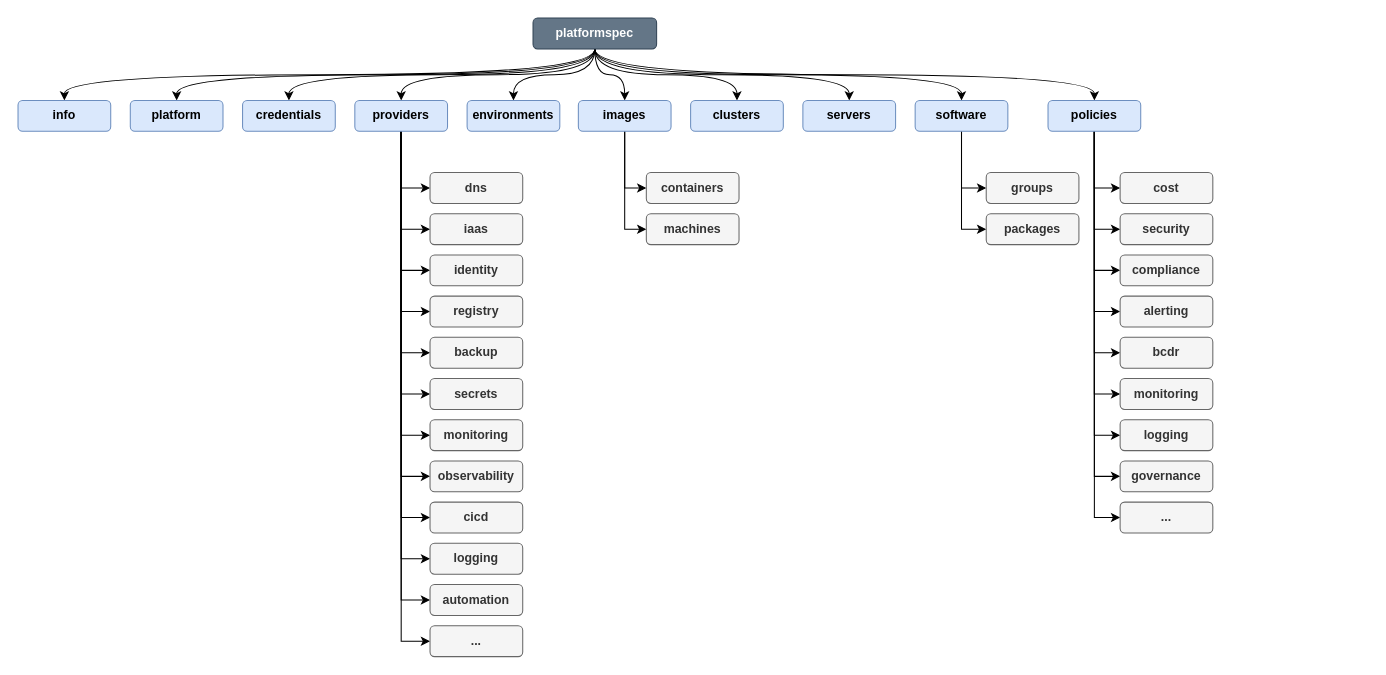
The draw.io diagram docs/spec/PlatformSpecStructure.drawio in platformspec/site, before the edit. Source tidied: cells renumbered, new cells numbered last; positions are measured from the earlier drawing's top-left corner, leaving out a move shared by most shapes. Both pictures are drawn from the tidied source at 103%, with x=0, y=0 at pixel (18, 18).
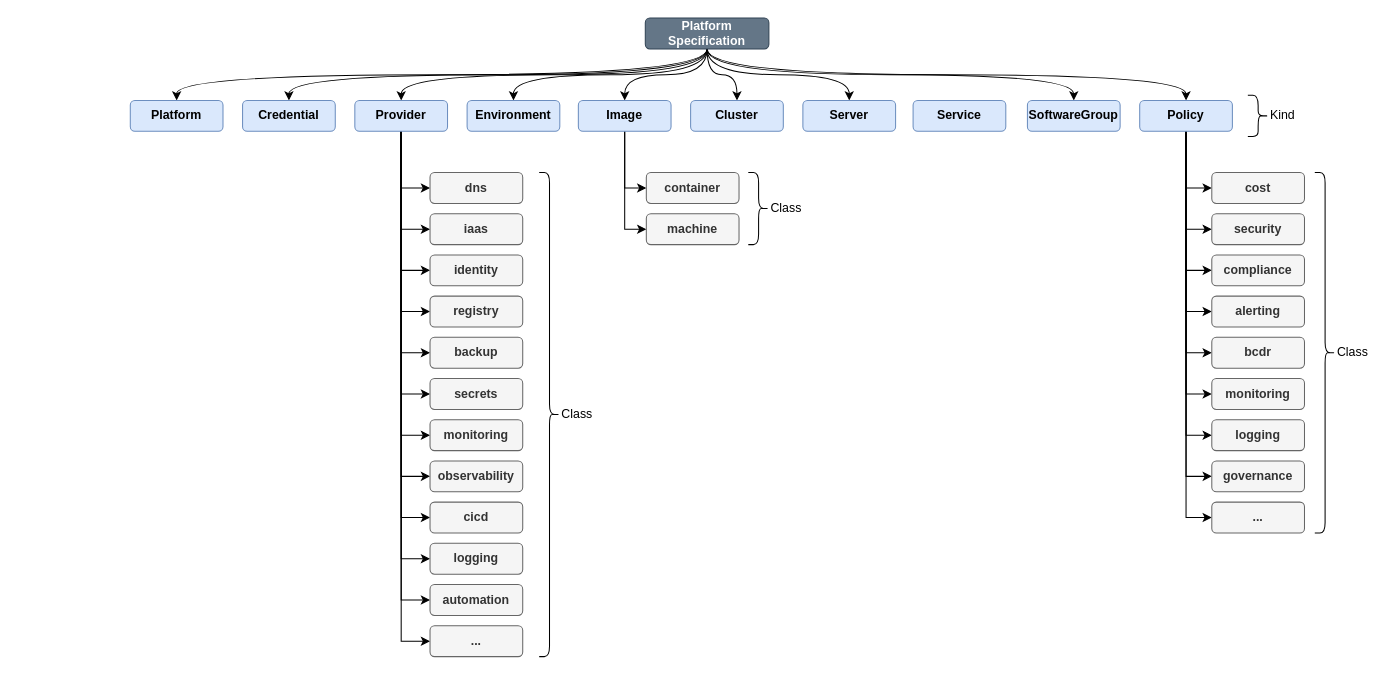
After the change.

What changed in the source:
```diff
@@
-    <mxCell id="2" style="edgeStyle=orthogonalEdgeStyle;rounded=0;jettySize=auto;html=1;exitX=0.5;exitY=1;exitDx=0;exitDy=0;entryX=0.5;entryY=0;entryDx=0;entryDy=0;curved=1;" parent="1" edge="1" source="12" target="13">
-      <mxGeometry relative="1" as="geometry" />
-    </mxCell>
@@
-    <mxCell id="12" value="platformspec" style="rounded=1;whiteSpace=wrap;html=1;fontStyle=1;fillColor=#647687;strokeColor=#314354;fontColor=#ffffff;" parent="1" vertex="1">
-      <mxGeometry x="500" width="120" height="30" as="geometry" />
+    <mxCell id="12" value="Platform Specification" style="rounded=1;whiteSpace=wrap;html=1;fontStyle=1;fillColor=#647687;strokeColor=#314354;fontColor=#ffffff;" parent="1" vertex="1">
+      <mxGeometry x="609" width="120" height="30" as="geometry" />
     </mxCell>
-    <mxCell id="13" value="info" style="rounded=1;whiteSpace=wrap;html=1;fontStyle=1;fillColor=#dae8fc;strokeColor=#6c8ebf;" parent="1" vertex="1">
-      <mxGeometry y="80" width="90" height="30" as="geometry" />
-    </mxCell>
-    <mxCell id="14" value="platform" style="rounded=1;whiteSpace=wrap;html=1;fontStyle=1;fillColor=#dae8fc;strokeColor=#6c8ebf;" parent="1" vertex="1">
+    <mxCell id="14" value="Platform" style="rounded=1;whiteSpace=wrap;html=1;fontStyle=1;fillColor=#dae8fc;strokeColor=#6c8ebf;" parent="1" vertex="1">
       <mxGeometry x="109" y="80" width="90" height="30" as="geometry" />
     </mxCell>
-    <mxCell id="15" value="credentials" style="rounded=1;whiteSpace=wrap;html=1;fontStyle=1;fillColor=#dae8fc;strokeColor=#6c8ebf;" parent="1" vertex="1">
+    <mxCell id="15" value="Credential" style="rounded=1;whiteSpace=wrap;html=1;fontStyle=1;fillColor=#dae8fc;strokeColor=#6c8ebf;" parent="1" vertex="1">
       <mxGeometry x="218" y="80" width="90" height="30" as="geometry" />
     </mxCell>
@@
-    <mxCell id="28" value="providers" style="rounded=1;whiteSpace=wrap;html=1;fontStyle=1;fillColor=#dae8fc;strokeColor=#6c8ebf;" parent="1" vertex="1">
+    <mxCell id="28" value="Provider" style="rounded=1;whiteSpace=wrap;html=1;fontStyle=1;fillColor=#dae8fc;strokeColor=#6c8ebf;" parent="1" vertex="1">
       <mxGeometry x="327" y="80" width="90" height="30" as="geometry" />
     </mxCell>
-    <mxCell id="29" value="environments" style="rounded=1;whiteSpace=wrap;html=1;fontStyle=1;fillColor=#dae8fc;strokeColor=#6c8ebf;" parent="1" vertex="1">
+    <mxCell id="29" value="Environment" style="rounded=1;whiteSpace=wrap;html=1;fontStyle=1;fillColor=#dae8fc;strokeColor=#6c8ebf;" parent="1" vertex="1">
       <mxGeometry x="436" y="80" width="90" height="30" as="geometry" />
     </mxCell>
@@
-    <mxCell id="32" value="images" style="rounded=1;whiteSpace=wrap;html=1;fontStyle=1;fillColor=#dae8fc;strokeColor=#6c8ebf;" parent="1" vertex="1">
+    <mxCell id="32" value="Image" style="rounded=1;whiteSpace=wrap;html=1;fontStyle=1;fillColor=#dae8fc;strokeColor=#6c8ebf;" parent="1" vertex="1">
       <mxGeometry x="544" y="80" width="90" height="30" as="geometry" />
     </mxCell>
-    <mxCell id="33" value="clusters" style="rounded=1;whiteSpace=wrap;html=1;fontStyle=1;fillColor=#dae8fc;strokeColor=#6c8ebf;" parent="1" vertex="1">
+    <mxCell id="33" value="Cluster" style="rounded=1;whiteSpace=wrap;html=1;fontStyle=1;fillColor=#dae8fc;strokeColor=#6c8ebf;" parent="1" vertex="1">
       <mxGeometry x="653" y="80" width="90" height="30" as="geometry" />
     </mxCell>
-    <mxCell id="34" value="servers" style="rounded=1;whiteSpace=wrap;html=1;fontStyle=1;fillColor=#dae8fc;strokeColor=#6c8ebf;" parent="1" vertex="1">
+    <mxCell id="34" value="Server" style="rounded=1;whiteSpace=wrap;html=1;fontStyle=1;fillColor=#dae8fc;strokeColor=#6c8ebf;" parent="1" vertex="1">
       <mxGeometry x="762" y="80" width="90" height="30" as="geometry" />
     </mxCell>
-    <mxCell id="35" style="edgeStyle=orthogonalEdgeStyle;rounded=0;jettySize=auto;html=1;exitX=0.5;exitY=1;exitDx=0;exitDy=0;entryX=0;entryY=0.5;entryDx=0;entryDy=0;" parent="1" edge="1" source="37" target="71">
-      <mxGeometry relative="1" as="geometry" />
-    </mxCell>
-    <mxCell id="36" style="edgeStyle=orthogonalEdgeStyle;rounded=0;jettySize=auto;html=1;exitX=0.5;exitY=1;exitDx=0;exitDy=0;entryX=0;entryY=0.5;entryDx=0;entryDy=0;" parent="1" edge="1" source="37" target="72">
-      <mxGeometry relative="1" as="geometry" />
-    </mxCell>
-    <mxCell id="37" value="software" style="rounded=1;whiteSpace=wrap;html=1;fontStyle=1;fillColor=#dae8fc;strokeColor=#6c8ebf;" parent="1" vertex="1">
-      <mxGeometry x="871" y="80" width="90" height="30" as="geometry" />
+    <mxCell id="37" value="SoftwareGroup" style="rounded=1;whiteSpace=wrap;html=1;fontStyle=1;fillColor=#dae8fc;strokeColor=#6c8ebf;" parent="1" vertex="1">
+      <mxGeometry x="980" y="80" width="90" height="30" as="geometry" />
     </mxCell>
@@
-    <mxCell id="47" value="policies" style="rounded=1;whiteSpace=wrap;html=1;fontStyle=1;fillColor=#dae8fc;strokeColor=#6c8ebf;" parent="1" vertex="1">
-      <mxGeometry x="1000" y="80" width="90" height="30" as="geometry" />
+    <mxCell id="47" value="Policy" style="rounded=1;whiteSpace=wrap;html=1;fontStyle=1;fillColor=#dae8fc;strokeColor=#6c8ebf;" parent="1" vertex="1">
+      <mxGeometry x="1089" y="80" width="90" height="30" as="geometry" />
     </mxCell>
@@
-    <mxCell id="60" value="containers" style="rounded=1;whiteSpace=wrap;html=1;fontStyle=1;fillColor=#f5f5f5;fontColor=#333333;strokeColor=#666666;" parent="1" vertex="1">
+    <mxCell id="60" value="container" style="rounded=1;whiteSpace=wrap;html=1;fontStyle=1;fillColor=#f5f5f5;fontColor=#333333;strokeColor=#666666;" parent="1" vertex="1">
       <mxGeometry x="610" y="150" width="90" height="30" as="geometry" />
     </mxCell>
-    <mxCell id="61" value="machines" style="rounded=1;whiteSpace=wrap;html=1;fontStyle=1;fillColor=#f5f5f5;fontColor=#333333;strokeColor=#666666;" parent="1" vertex="1">
+    <mxCell id="61" value="machine" style="rounded=1;whiteSpace=wrap;html=1;fontStyle=1;fillColor=#f5f5f5;fontColor=#333333;strokeColor=#666666;" parent="1" vertex="1">
       <mxGeometry x="610" y="190" width="90" height="30" as="geometry" />
     </mxCell>
     <mxCell id="62" value="cost" style="rounded=1;whiteSpace=wrap;html=1;fontStyle=1;fillColor=#f5f5f5;fontColor=#333333;strokeColor=#666666;" parent="1" vertex="1">
-      <mxGeometry x="1070" y="150" width="90" height="30" as="geometry" />
+      <mxGeometry x="1159" y="150" width="90" height="30" as="geometry" />
     </mxCell>
     <mxCell id="63" value="security" style="rounded=1;whiteSpace=wrap;html=1;fontStyle=1;fillColor=#f5f5f5;fontColor=#333333;strokeColor=#666666;" parent="1" vertex="1">
-      <mxGeometry x="1070" y="190" width="90" height="30" as="geometry" />
+      <mxGeometry x="1159" y="190" width="90" height="30" as="geometry" />
     </mxCell>
     <mxCell id="64" value="compliance" style="rounded=1;whiteSpace=wrap;html=1;fontStyle=1;fillColor=#f5f5f5;fontColor=#333333;strokeColor=#666666;" parent="1" vertex="1">
-      <mxGeometry x="1070" y="230" width="90" height="30" as="geometry" />
+      <mxGeometry x="1159" y="230" width="90" height="30" as="geometry" />
     </mxCell>
     <mxCell id="65" value="alerting" style="rounded=1;whiteSpace=wrap;html=1;fontStyle=1;fillColor=#f5f5f5;fontColor=#333333;strokeColor=#666666;" parent="1" vertex="1">
-      <mxGeometry x="1070" y="270" width="90" height="30" as="geometry" />
+      <mxGeometry x="1159" y="270" width="90" height="30" as="geometry" />
     </mxCell>
     <mxCell id="66" value="bcdr" style="rounded=1;whiteSpace=wrap;html=1;fontStyle=1;fillColor=#f5f5f5;fontColor=#333333;strokeColor=#666666;" parent="1" vertex="1">
-      <mxGeometry x="1070" y="310" width="90" height="30" as="geometry" />
+      <mxGeometry x="1159" y="310" width="90" height="30" as="geometry" />
     </mxCell>
     <mxCell id="67" value="monitoring" style="rounded=1;whiteSpace=wrap;html=1;fontStyle=1;fillColor=#f5f5f5;fontColor=#333333;strokeColor=#666666;" parent="1" vertex="1">
-      <mxGeometry x="1070" y="350" width="90" height="30" as="geometry" />
+      <mxGeometry x="1159" y="350" width="90" height="30" as="geometry" />
     </mxCell>
     <mxCell id="68" value="logging" style="rounded=1;whiteSpace=wrap;html=1;fontStyle=1;fillColor=#f5f5f5;fontColor=#333333;strokeColor=#666666;" parent="1" vertex="1">
-      <mxGeometry x="1070" y="390" width="90" height="30" as="geometry" />
+      <mxGeometry x="1159" y="390" width="90" height="30" as="geometry" />
     </mxCell>
     <mxCell id="69" value="governance" style="rounded=1;whiteSpace=wrap;html=1;fontStyle=1;fillColor=#f5f5f5;fontColor=#333333;strokeColor=#666666;" parent="1" vertex="1">
-      <mxGeometry x="1070" y="430" width="90" height="30" as="geometry" />
+      <mxGeometry x="1159" y="430" width="90" height="30" as="geometry" />
     </mxCell>
     <mxCell id="70" value="..." style="rounded=1;whiteSpace=wrap;html=1;fontStyle=1;fillColor=#f5f5f5;fontColor=#333333;strokeColor=#666666;" parent="1" vertex="1">
-      <mxGeometry x="1070" y="470" width="90" height="30" as="geometry" />
+      <mxGeometry x="1159" y="470" width="90" height="30" as="geometry" />
     </mxCell>
-    <mxCell id="71" value="groups" style="rounded=1;whiteSpace=wrap;html=1;fontStyle=1;fillColor=#f5f5f5;fontColor=#333333;strokeColor=#666666;" parent="1" vertex="1">
-      <mxGeometry x="940" y="150" width="90" height="30" as="geometry" />
-    </mxCell>
-    <mxCell id="72" value="packages" style="rounded=1;whiteSpace=wrap;html=1;fontStyle=1;fillColor=#f5f5f5;fontColor=#333333;strokeColor=#666666;" parent="1" vertex="1">
-      <mxGeometry x="940" y="190" width="90" height="30" as="geometry" />
-    </mxCell>
+    <mxCell id="73" value="Service" style="rounded=1;whiteSpace=wrap;html=1;fontStyle=1;fillColor=#dae8fc;strokeColor=#6c8ebf;" parent="1" vertex="1">
+      <mxGeometry x="869" y="80" width="90" height="30" as="geometry" />
+    </mxCell>
+    <mxCell id="74" value="Class" style="shape=curlyBracket;whiteSpace=wrap;html=1;rounded=1;flipH=1;labelPosition=right;verticalLabelPosition=middle;align=left;verticalAlign=middle;" parent="1" vertex="1">
+      <mxGeometry x="506" y="150" width="20" height="470" as="geometry" />
+    </mxCell>
+    <mxCell id="75" value="Class" style="shape=curlyBracket;whiteSpace=wrap;html=1;rounded=1;flipH=1;labelPosition=right;verticalLabelPosition=middle;align=left;verticalAlign=middle;" parent="1" vertex="1">
+      <mxGeometry x="709" y="150" width="20" height="70" as="geometry" />
+    </mxCell>
+    <mxCell id="76" value="Class" style="shape=curlyBracket;whiteSpace=wrap;html=1;rounded=1;flipH=1;labelPosition=right;verticalLabelPosition=middle;align=left;verticalAlign=middle;" parent="1" vertex="1">
+      <mxGeometry x="1259" y="150" width="20" height="350" as="geometry" />
+    </mxCell>
+    <mxCell id="77" value="Kind" style="shape=curlyBracket;whiteSpace=wrap;html=1;rounded=1;flipH=1;labelPosition=right;verticalLabelPosition=middle;align=left;verticalAlign=middle;" parent="1" vertex="1">
+      <mxGeometry x="1194" y="75" width="20" height="40" as="geometry" />
+    </mxCell>
```
